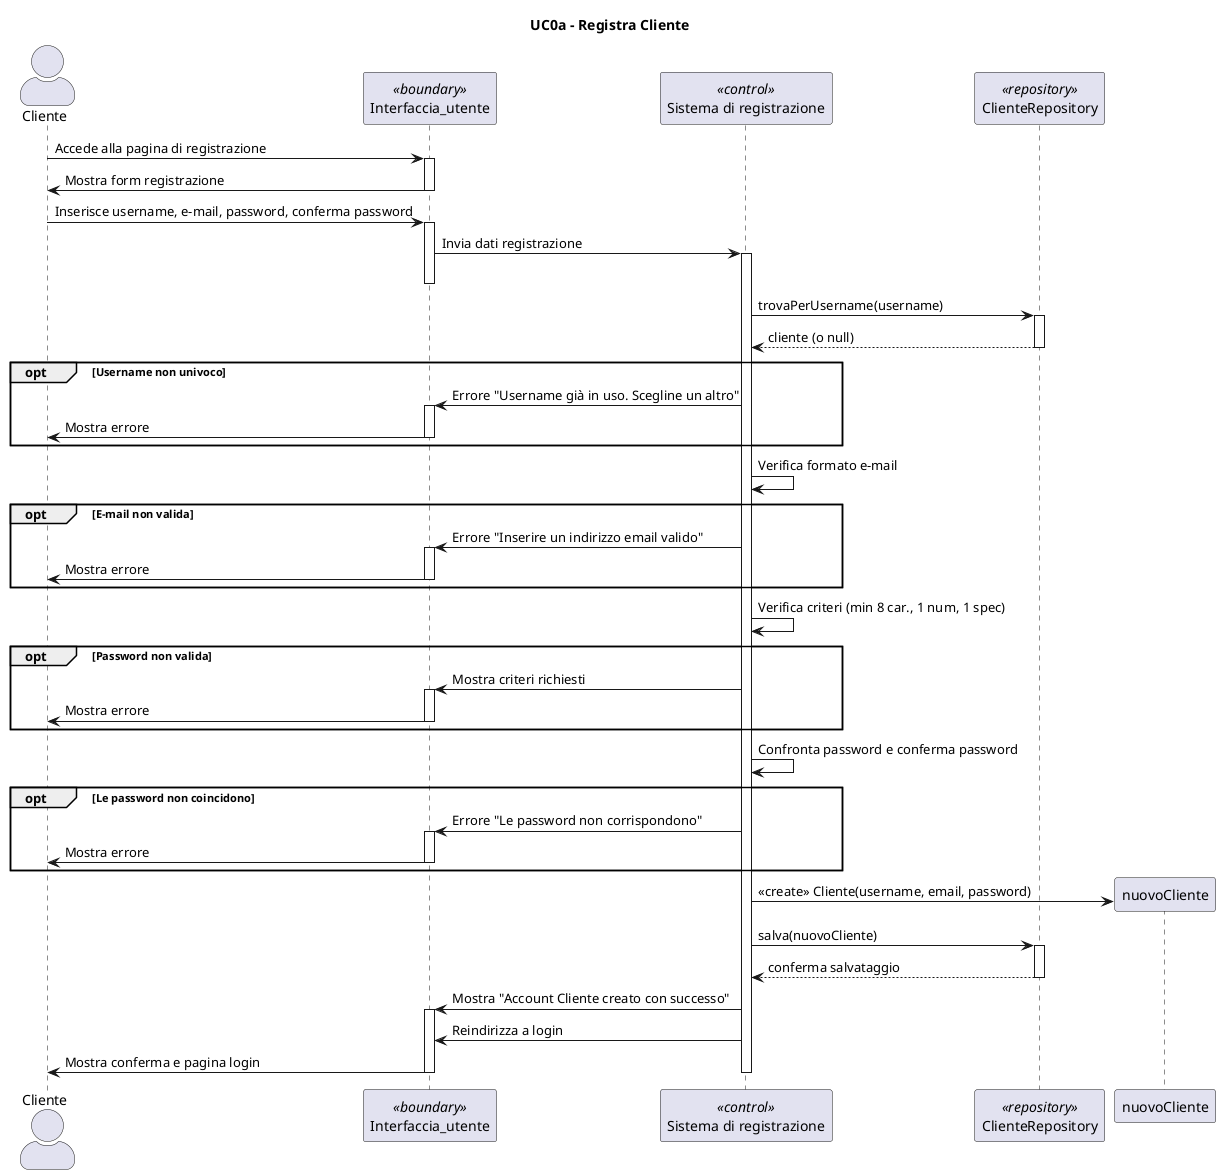
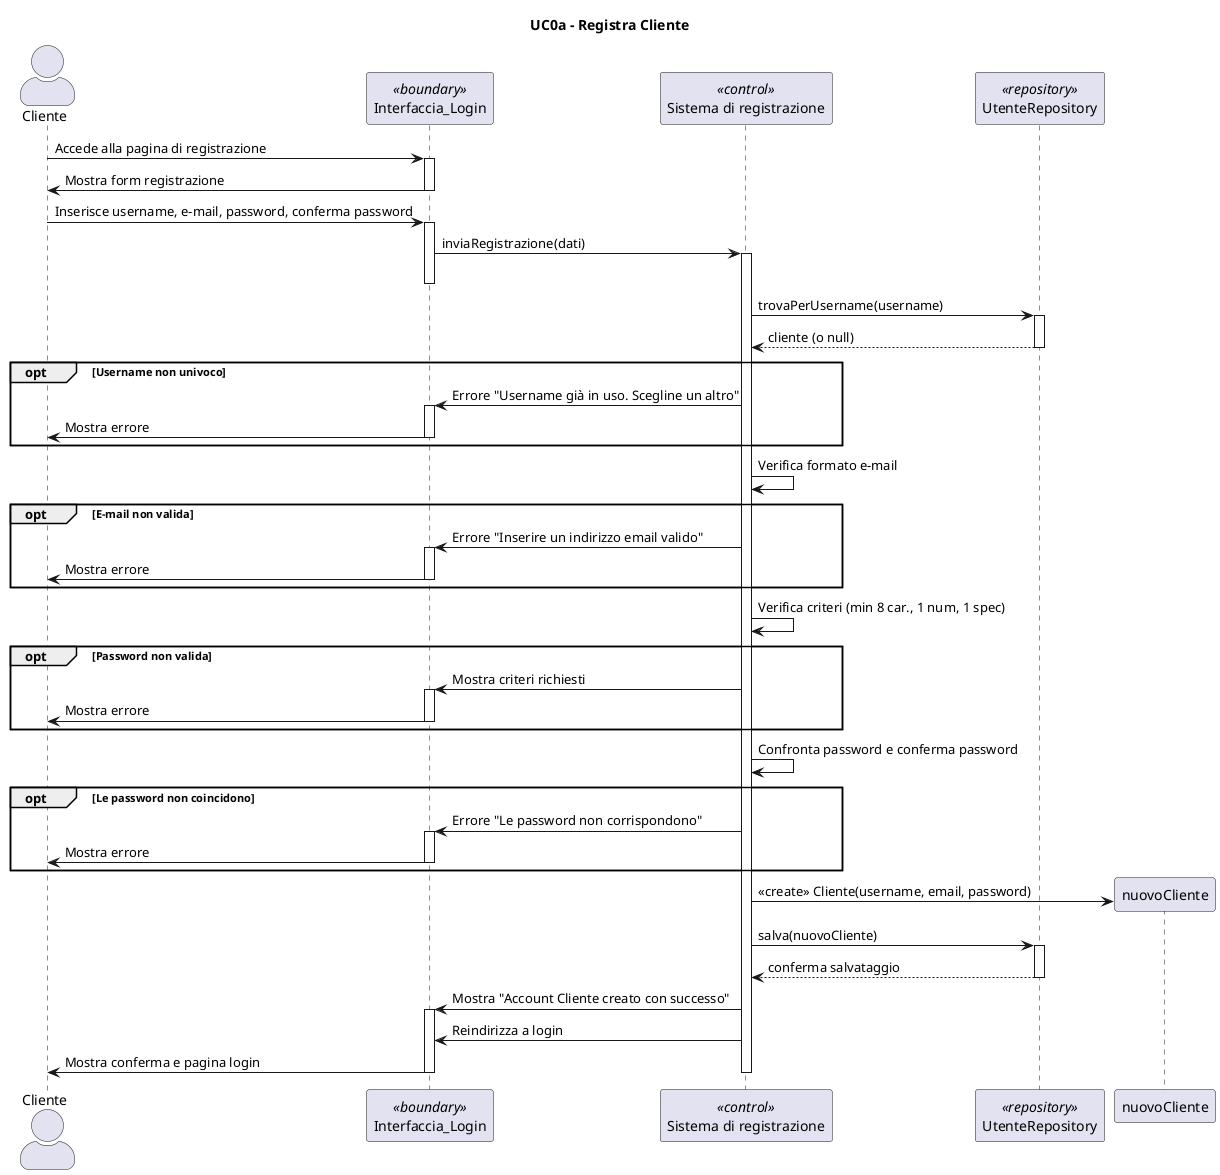
﻿@startuml
title UC0a - Registra Cliente
skinparam actorStyle awesome
actor Cliente
- participant "Interfaccia_utente" <<boundary>>
+ 
+ participant "Interfaccia_Login" <<boundary>>
participant "Sistema di registrazione" as Sistema <<control>>
- participant "ClienteRepository" as Repo <<repository>>
+ participant "UtenteRepository" as Repo <<repository>>


- Cliente -> Interfaccia_utente : Accede alla pagina di registrazione
- activate Interfaccia_utente
- Interfaccia_utente -> Cliente : Mostra form registrazione
- deactivate Interfaccia_utente
+ Cliente -> Interfaccia_Login : Accede alla pagina di registrazione
+ activate Interfaccia_Login
+ Interfaccia_Login -> Cliente : Mostra form registrazione
+ deactivate Interfaccia_Login

- Cliente -> Interfaccia_utente : Inserisce username, e-mail, password, conferma password
- activate Interfaccia_utente
- Interfaccia_utente -> Sistema : Invia dati registrazione
+ Cliente -> Interfaccia_Login : Inserisce username, e-mail, password, conferma password
+ activate Interfaccia_Login
+ Interfaccia_Login -> Sistema : inviaRegistrazione(dati)
activate Sistema
- deactivate Interfaccia_utente
+ deactivate Interfaccia_Login


Sistema -> Repo : trovaPerUsername(username)
activate Repo
Repo --> Sistema : cliente (o null)
deactivate Repo

opt Username non univoco
-     Sistema -> Interfaccia_utente : Errore "Username già in uso. Scegline un altro"
-     activate Interfaccia_utente
-     Interfaccia_utente -> Cliente : Mostra errore
-     deactivate Interfaccia_utente
+     Sistema -> Interfaccia_Login : Errore "Username già in uso. Scegline un altro"
+     activate Interfaccia_Login
+     Interfaccia_Login -> Cliente : Mostra errore
+     deactivate Interfaccia_Login
end


Sistema -> Sistema : Verifica formato e-mail
opt E-mail non valida
-     Sistema -> Interfaccia_utente : Errore "Inserire un indirizzo email valido"
-     activate Interfaccia_utente
-     Interfaccia_utente -> Cliente : Mostra errore
-     deactivate Interfaccia_utente
+     Sistema -> Interfaccia_Login : Errore "Inserire un indirizzo email valido"
+     activate Interfaccia_Login
+     Interfaccia_Login -> Cliente : Mostra errore
+     deactivate Interfaccia_Login
end


Sistema -> Sistema : Verifica criteri (min 8 car., 1 num, 1 spec)
opt Password non valida
-     Sistema -> Interfaccia_utente : Mostra criteri richiesti
-     activate Interfaccia_utente
-     Interfaccia_utente -> Cliente : Mostra errore
-     deactivate Interfaccia_utente
+     Sistema -> Interfaccia_Login : Mostra criteri richiesti
+     activate Interfaccia_Login
+     Interfaccia_Login -> Cliente : Mostra errore
+     deactivate Interfaccia_Login
end


Sistema -> Sistema : Confronta password e conferma password
opt Le password non coincidono
-     Sistema -> Interfaccia_utente : Errore "Le password non corrispondono"
-     activate Interfaccia_utente
-     Interfaccia_utente -> Cliente : Mostra errore
-     deactivate Interfaccia_utente
+     Sistema -> Interfaccia_Login : Errore "Le password non corrispondono"
+     activate Interfaccia_Login
+     Interfaccia_Login -> Cliente : Mostra errore
+     deactivate Interfaccia_Login
end


create nuovoCliente
Sistema -> nuovoCliente : <<create>> Cliente(username, email, password)

Sistema -> Repo : salva(nuovoCliente)
activate Repo
Repo --> Sistema : conferma salvataggio
deactivate Repo


- Sistema -> Interfaccia_utente : Mostra "Account Cliente creato con successo"
- activate Interfaccia_utente
- Sistema -> Interfaccia_utente : Reindirizza a login
- Interfaccia_utente -> Cliente : Mostra conferma e pagina login
- deactivate Interfaccia_utente
+ Sistema -> Interfaccia_Login : Mostra "Account Cliente creato con successo"
+ activate Interfaccia_Login
+ Sistema -> Interfaccia_Login : Reindirizza a login
+ Interfaccia_Login -> Cliente : Mostra conferma e pagina login
+ deactivate Interfaccia_Login

deactivate Sistema

@enduml


+ 
